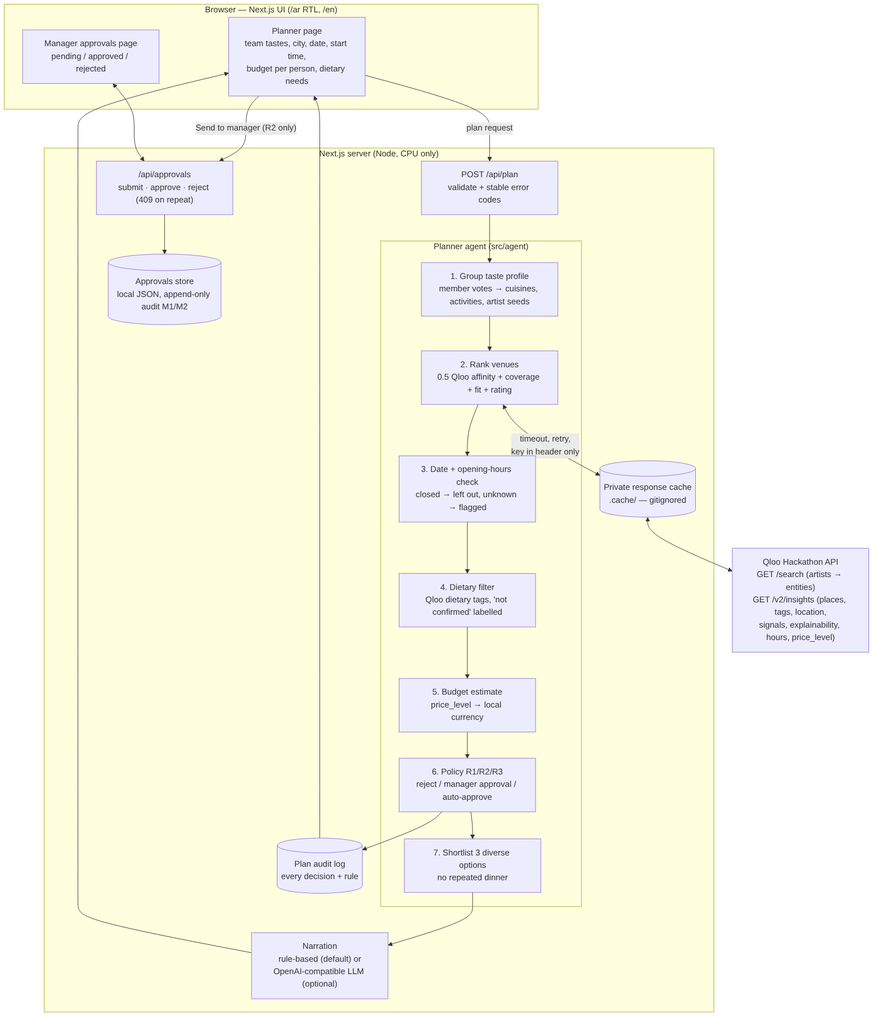
Above: docs/submission/architecture.png in kazoya/offsite-qloo (Mermaid), before the change. Its source is kept beside it as docs/submission/architecture.mmd. Its diagram source:
```mermaid
flowchart TB
  subgraph Browser["Browser — Next.js UI (/ar RTL, /en)"]
    P["Planner page<br/>team tastes, city, date, start time,<br/>budget per person, dietary needs"]
    A["Manager approvals page<br/>pending / approved / rejected"]
  end

  subgraph Server["Next.js server (Node, CPU only)"]
    API["POST /api/plan<br/>validate + stable error codes"]
    subgraph Agent["Planner agent (src/agent)"]
      T["1. Group taste profile<br/>member votes → cuisines, activities, artist seeds"]
      R["2. Rank venues<br/>0.5 Qloo affinity + coverage + fit + rating"]
      H["3. Date + opening-hours check<br/>closed → left out, unknown → flagged"]
      D["4. Dietary filter<br/>Qloo dietary tags, 'not confirmed' labelled"]
      B["5. Budget estimate<br/>price_level → local currency"]
      PO["6. Policy R1/R2/R3<br/>reject / manager approval / auto-approve"]
      V["7. Shortlist 3 diverse options<br/>no repeated dinner"]
    end
    AU[("Plan audit log<br/>every decision + rule")]
    L["Narration<br/>rule-based (default) or<br/>OpenAI-compatible LLM (optional)"]
    AP["/api/approvals<br/>submit · approve · reject (409 on repeat)"]
    ST[("Approvals store<br/>local JSON, append-only audit M1/M2")]
    C[("Private response cache<br/>.cache/ — gitignored")]
  end

  Q["Qloo Hackathon API<br/>GET /search (artists → entities)<br/>GET /v2/insights (places, tags, location,<br/>signals, explainability, hours, price_level)"]

  P -- plan request --> API --> T --> R --> H --> D --> B --> PO --> V
  R <-- "timeout, retry,<br/>key in header only" --> C
  C <--> Q
  PO --> AU
  V --> L --> P
  AU --> P
  P -- "Send to manager (R2 only)" --> AP --> ST
  A <--> AP
```
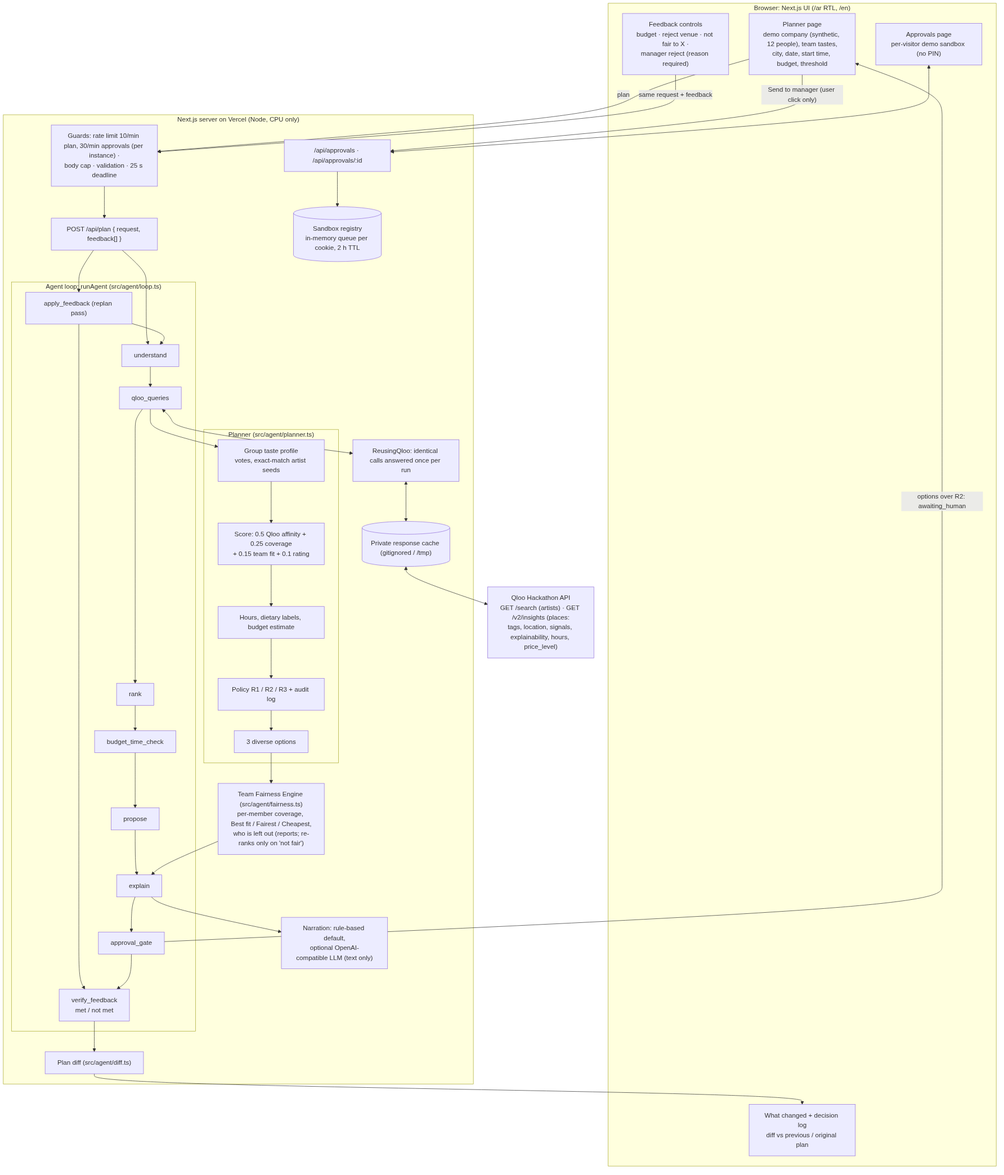
Above is the later version.

Commit message:
Docs: evidence pack (features, test report, before/after, Qloo data limits, architecture with agent loop and fairness, 90-120 s demo script, Devpost text, publication checklist); README accuracy pass

Diff of the diagram source:
```diff
@@ -1,34 +1,45 @@
 flowchart TB
-  subgraph Browser["Browser — Next.js UI (/ar RTL, /en)"]
-    P["Planner page<br/>team tastes, city, date, start time,<br/>budget per person, dietary needs"]
-    A["Manager approvals page<br/>pending / approved / rejected"]
+  subgraph Browser["Browser: Next.js UI (/ar RTL, /en)"]
+    P["Planner page<br/>demo company (synthetic, 12 people), team tastes,<br/>city, date, start time, budget, threshold"]
+    FB["Feedback controls<br/>budget · reject venue · not fair to X ·<br/>manager reject (reason required)"]
+    DV["What changed + decision log<br/>diff vs previous / original plan"]
+    A["Approvals page<br/>per-visitor demo sandbox (no PIN)"]
   end
 
-  subgraph Server["Next.js server (Node, CPU only)"]
-    API["POST /api/plan<br/>validate + stable error codes"]
-    subgraph Agent["Planner agent (src/agent)"]
-      T["1. Group taste profile<br/>member votes → cuisines, activities, artist seeds"]
-      R["2. Rank venues<br/>0.5 Qloo affinity + coverage + fit + rating"]
-      H["3. Date + opening-hours check<br/>closed → left out, unknown → flagged"]
-      D["4. Dietary filter<br/>Qloo dietary tags, 'not confirmed' labelled"]
-      B["5. Budget estimate<br/>price_level → local currency"]
-      PO["6. Policy R1/R2/R3<br/>reject / manager approval / auto-approve"]
-      V["7. Shortlist 3 diverse options<br/>no repeated dinner"]
+  subgraph Server["Next.js server on Vercel (Node, CPU only)"]
+    G["Guards: rate limit 10/min plan, 30/min approvals (per instance) ·<br/>body cap · validation · 25 s deadline"]
+    API["POST /api/plan { request, feedback[] }"]
+    subgraph Loop["Agent loop: runAgent (src/agent/loop.ts)"]
+      U["understand"] --> QQ["qloo_queries"] --> RK["rank"] --> BT["budget_time_check"] --> PR["propose"] --> EX["explain"] --> AG["approval_gate"]
+      AF["apply_feedback (replan pass)"] --> VF["verify_feedback<br/>met / not met"]
     end
-    AU[("Plan audit log<br/>every decision + rule")]
-    L["Narration<br/>rule-based (default) or<br/>OpenAI-compatible LLM (optional)"]
-    AP["/api/approvals<br/>submit · approve · reject (409 on repeat)"]
-    ST[("Approvals store<br/>local JSON, append-only audit M1/M2")]
-    C[("Private response cache<br/>.cache/ — gitignored")]
+    subgraph Planner["Planner (src/agent/planner.ts)"]
+      T["Group taste profile<br/>votes, exact-match artist seeds"]
+      R["Score: 0.5 Qloo affinity + 0.25 coverage<br/>+ 0.15 team fit + 0.1 rating"]
+      H["Hours, dietary labels, budget estimate"]
+      PO["Policy R1 / R2 / R3 + audit log"]
+      V["3 diverse options"]
+    end
+    F["Team Fairness Engine (src/agent/fairness.ts)<br/>per-member coverage, Best fit / Fairest / Cheapest,<br/>who is left out (reports; re-ranks only on 'not fair')"]
+    D["Plan diff (src/agent/diff.ts)"]
+    N["Narration: rule-based default,<br/>optional OpenAI-compatible LLM (text only)"]
+    AP["/api/approvals · /api/approvals/:id"]
+    SB[("Sandbox registry<br/>in-memory queue per cookie, 2 h TTL")]
+    RU["ReusingQloo: identical calls answered once per run"]
+    C[("Private response cache (gitignored / /tmp)")]
   end
 
-  Q["Qloo Hackathon API<br/>GET /search (artists → entities)<br/>GET /v2/insights (places, tags, location,<br/>signals, explainability, hours, price_level)"]
+  Q["Qloo Hackathon API<br/>GET /search (artists) · GET /v2/insights (places:<br/>tags, location, signals, explainability, hours, price_level)"]
 
-  P -- plan request --> API --> T --> R --> H --> D --> B --> PO --> V
-  R <-- "timeout, retry,<br/>key in header only" --> C
-  C <--> Q
-  PO --> AU
-  V --> L --> P
-  AU --> P
-  P -- "Send to manager (R2 only)" --> AP --> ST
+  P -- "plan" --> G --> API --> U
+  FB -- "same request + feedback" --> G
+  API --> AF
+  AF --> U
+  QQ --> T --> R --> H --> PO --> V --> F
+  QQ <--> RU <--> C <--> Q
+  F --> EX --> N
+  AG --> VF
+  VF --> D --> DV
+  AG -- "options over R2: awaiting_human" --> P
+  P -- "Send to manager (user click only)" --> AP --> SB
   A <--> AP
```
